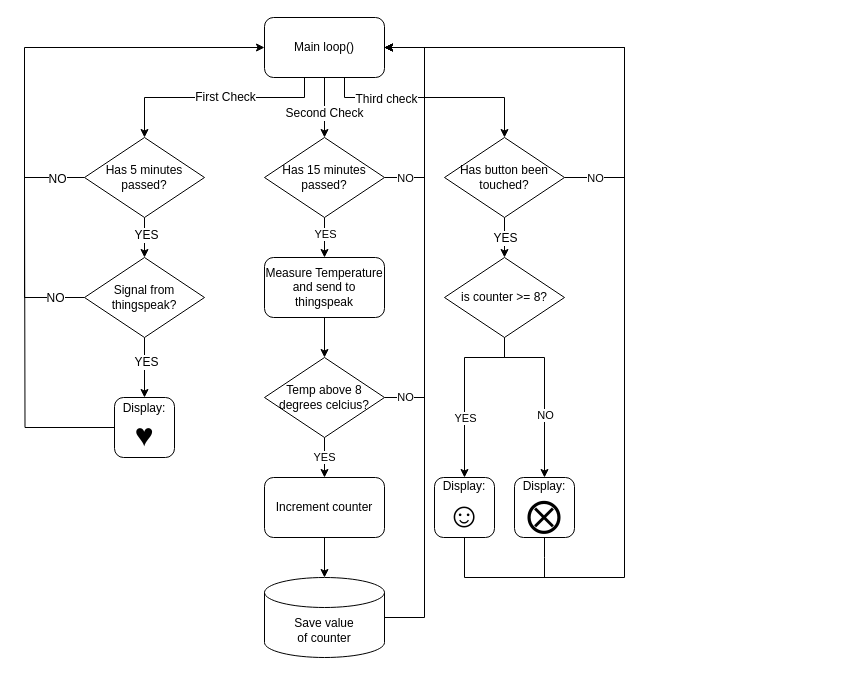
Earlier version of the draw.io diagram diagrams/Project_flowchart.drawio (jonpodtu/SmartLunchbox). Source tidied: cells renumbered, new cells numbered last; positions are measured from the earlier drawing's top-left corner, leaving out a move shared by most shapes. Both pictures are drawn from the tidied source at 100%, with x=0, y=0 at pixel (24, 17).
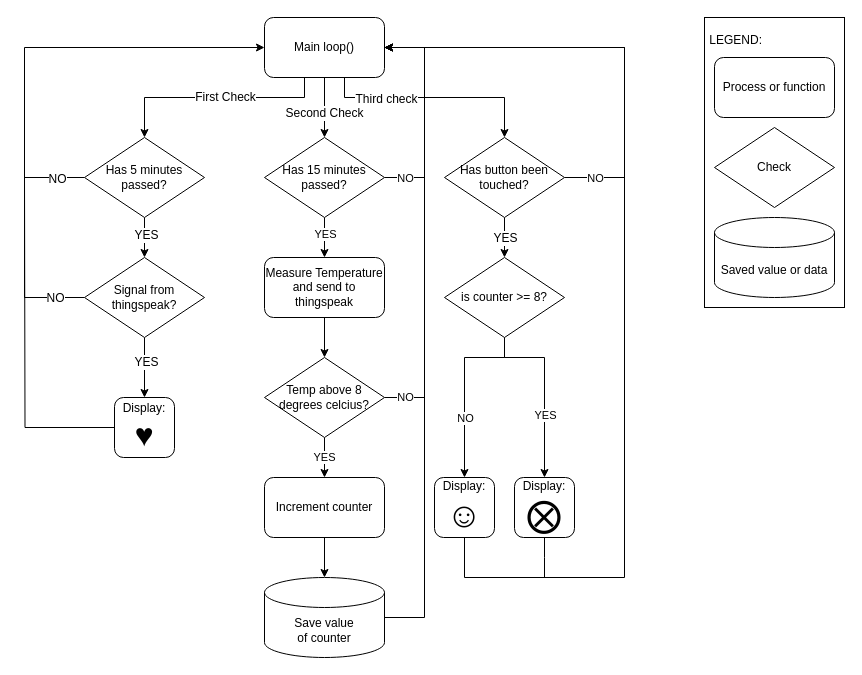
After the change.

Unchanged cells that the change refers to:
```xml
<mxCell id="29" style="edgeStyle=orthogonalEdgeStyle;rounded=0;jettySize=auto;html=1;" parent="1" edge="1" source="33" target="35">
  <mxGeometry relative="1" as="geometry">
    <Array as="points">
      <mxPoint x="480" y="340" />
      <mxPoint x="440" y="340" />
    </Array>
  </mxGeometry>
</mxCell>
<mxCell id="31" style="edgeStyle=orthogonalEdgeStyle;rounded=0;jettySize=auto;html=1;entryX=0.5;entryY=0;entryDx=0;entryDy=0;" parent="1" edge="1" source="33" target="37">
  <mxGeometry relative="1" as="geometry">
    <Array as="points">
      <mxPoint x="480" y="340" />
      <mxPoint x="520" y="340" />
    </Array>
  </mxGeometry>
</mxCell>
```

Diff of the diagram source:
```diff
@@
-    <mxCell id="30" value="YES" style="edgeLabel;html=1;align=center;verticalAlign=middle;" parent="29" vertex="1">
+    <mxCell id="30" value="NO" style="edgeLabel;html=1;align=center;verticalAlign=middle;" parent="29" vertex="1">
       <mxGeometry x="0.24" y="-3" relative="1" as="geometry">
         <mxPoint x="3" y="8" as="offset" />
       </mxGeometry>
     </mxCell>
@@
-    <mxCell id="32" value="NO" style="edgeLabel;html=1;align=center;verticalAlign=middle;" parent="31" vertex="1">
+    <mxCell id="32" value="YES" style="edgeLabel;html=1;align=center;verticalAlign=middle;" parent="31" vertex="1">
       <mxGeometry x="0.3" relative="1" as="geometry" />
     </mxCell>
@@
+    <mxCell id="50" value="&amp;nbsp;LEGEND:&lt;br&gt;&lt;br&gt;&lt;br&gt;&lt;br&gt;&lt;br&gt;&lt;br&gt;&lt;br&gt;&lt;br&gt;&lt;br&gt;&lt;br&gt;&lt;br&gt;&lt;br&gt;&lt;br&gt;&lt;br&gt;&lt;br&gt;&lt;br&gt;&lt;br&gt;&lt;br&gt;" style="rounded=0;whiteSpace=wrap;html=1;fontSize=12;align=left;" parent="1" vertex="1">
+      <mxGeometry x="680" width="140" height="290" as="geometry" />
+    </mxCell>
+    <mxCell id="51" value="Process or function" style="rounded=1;whiteSpace=wrap;html=1;fontSize=12;" parent="1" vertex="1">
+      <mxGeometry x="690" y="40" width="120" height="60" as="geometry" />
+    </mxCell>
+    <mxCell id="52" value="Check" style="rhombus;whiteSpace=wrap;html=1;" parent="1" vertex="1">
+      <mxGeometry x="690" y="110" width="120" height="80" as="geometry" />
+    </mxCell>
+    <mxCell id="53" value="Saved value or data" style="shape=cylinder3;whiteSpace=wrap;html=1;boundedLbl=1;backgroundOutline=1;size=15;fontSize=12;" parent="1" vertex="1">
+      <mxGeometry x="690" y="200" width="120" height="80" as="geometry" />
+    </mxCell>
```
